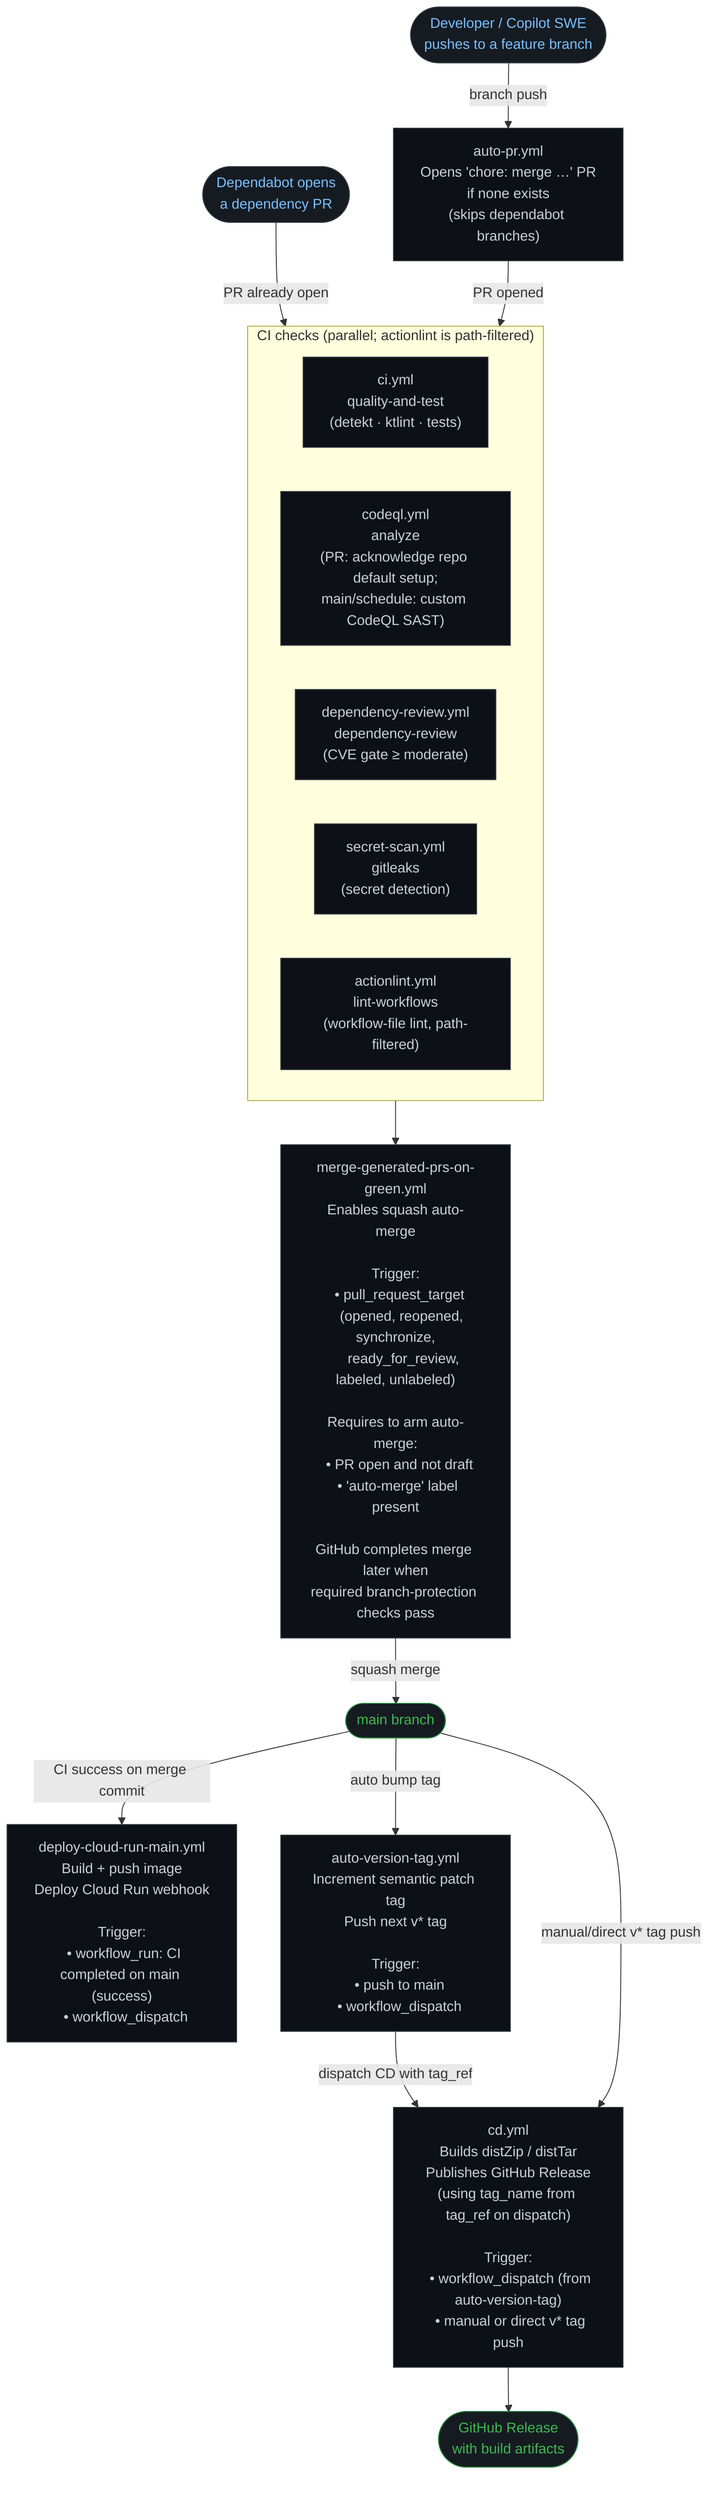
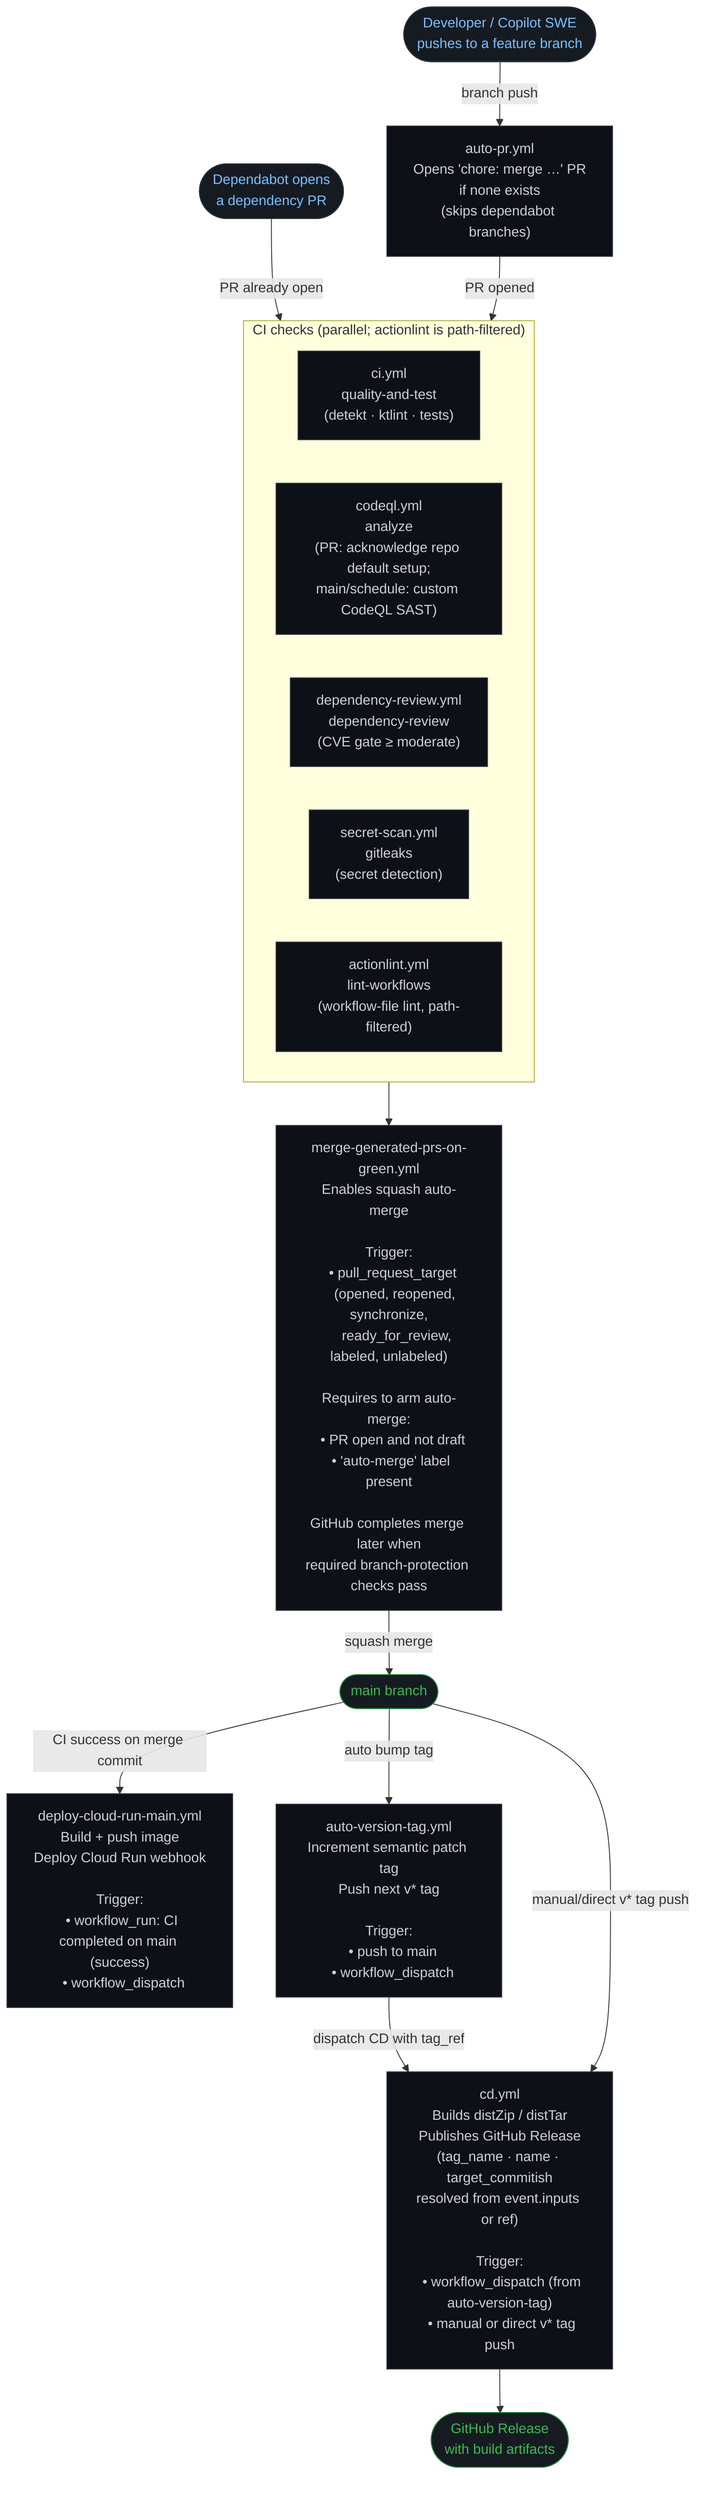
```mermaid
flowchart TD
    %% ── Entry points ──────────────────────────────────────────────────────────
    DEV([Developer / Copilot SWE\npushes to a feature branch])
    DEP([Dependabot opens\na dependency PR])

    %% ── Automation ────────────────────────────────────────────────────────────
    AUTO_PR["auto-pr.yml\nOpens 'chore: merge …' PR\nif none exists\n(skips dependabot branches)"]

    %% ── Required CI checks ────────────────────────────────────────────────────
    subgraph CI ["CI checks (parallel; actionlint is path-filtered)"]
        direction LR
        CI_JOB["ci.yml\nquality-and-test\n(detekt · ktlint · tests)"]
        CODEQL["codeql.yml\nanalyze\n(PR: acknowledge repo default setup;\nmain/schedule: custom CodeQL SAST)"]
        DEPREVIEW["dependency-review.yml\ndependency-review\n(CVE gate ≥ moderate)"]
        SECRET["secret-scan.yml\ngitleaks\n(secret detection)"]
        ACTIONLINT["actionlint.yml\nlint-workflows\n(workflow-file lint, path-filtered)"]
    end

    %% ── Merge ─────────────────────────────────────────────────────────────────
    MERGE["merge-generated-prs-on-green.yml\nEnables squash auto-merge\n\nTrigger:\n  • pull_request_target\n    (opened, reopened, synchronize,\n     ready_for_review, labeled, unlabeled)\n\nRequires to arm auto-merge:\n  • PR open and not draft\n  • 'auto-merge' label present\n\nGitHub completes merge later when\nrequired branch-protection checks pass"]

    %% ── CD ────────────────────────────────────────────────────────────────────
    MAIN([main branch])
    DEPLOY_MAIN["deploy-cloud-run-main.yml\nBuild + push image\nDeploy Cloud Run webhook\n\nTrigger:\n  • workflow_run: CI completed on main (success)\n  • workflow_dispatch"]
    AUTO_TAG["auto-version-tag.yml\nIncrement semantic patch tag\nPush next v* tag\n\nTrigger:\n  • push to main\n  • workflow_dispatch"]
-     CD["cd.yml\nBuilds distZip / distTar\nPublishes GitHub Release\n(using tag_name from tag_ref on dispatch)\n\nTrigger:\n  • workflow_dispatch (from auto-version-tag)\n  • manual or direct v* tag push"]
+     CD["cd.yml\nBuilds distZip / distTar\nPublishes GitHub Release\n(tag_name · name · target_commitish\nresolved from event.inputs or ref)\n\nTrigger:\n  • workflow_dispatch (from auto-version-tag)\n  • manual or direct v* tag push"]
    RELEASE([GitHub Release\nwith build artifacts])

    %% ── Flow ──────────────────────────────────────────────────────────────────
    DEV -->|branch push| AUTO_PR
    DEP -->|PR already open| CI

    AUTO_PR -->|PR opened| CI
    CI --> MERGE

    MERGE -->|squash merge| MAIN

    MAIN -->|CI success on merge commit| DEPLOY_MAIN
    MAIN -->|auto bump tag| AUTO_TAG
    AUTO_TAG -->|dispatch CD with tag_ref| CD
    MAIN -->|manual/direct v* tag push| CD
    CD --> RELEASE

    %% ── Styling ───────────────────────────────────────────────────────────────
    classDef workflow fill:#0d1117,stroke:#30363d,color:#c9d1d9
    classDef actor    fill:#161b22,stroke:#30363d,color:#79c0ff,shape:stadium
    classDef external fill:#161b22,stroke:#238636,color:#3fb950,shape:stadium

    class AUTO_PR,CI_JOB,CODEQL,DEPREVIEW,SECRET,ACTIONLINT,MERGE,DEPLOY_MAIN,AUTO_TAG,CD workflow
    class DEV,DEP actor
    class MAIN,RELEASE external
```
